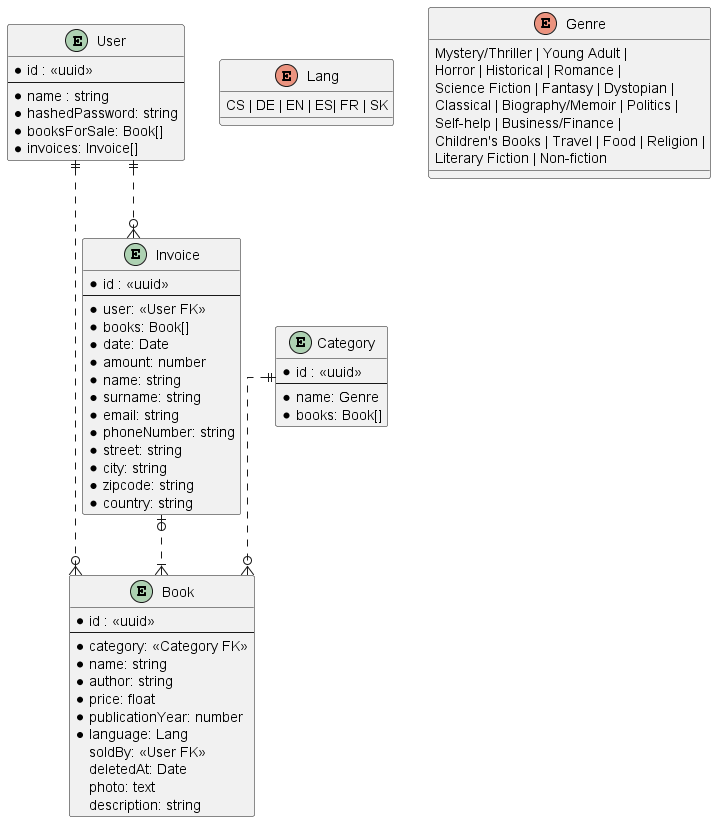
Before: backend/prisma/diagrams/book_market.png, a diagram exported from PlantUML (jzizka8/BookMarket).
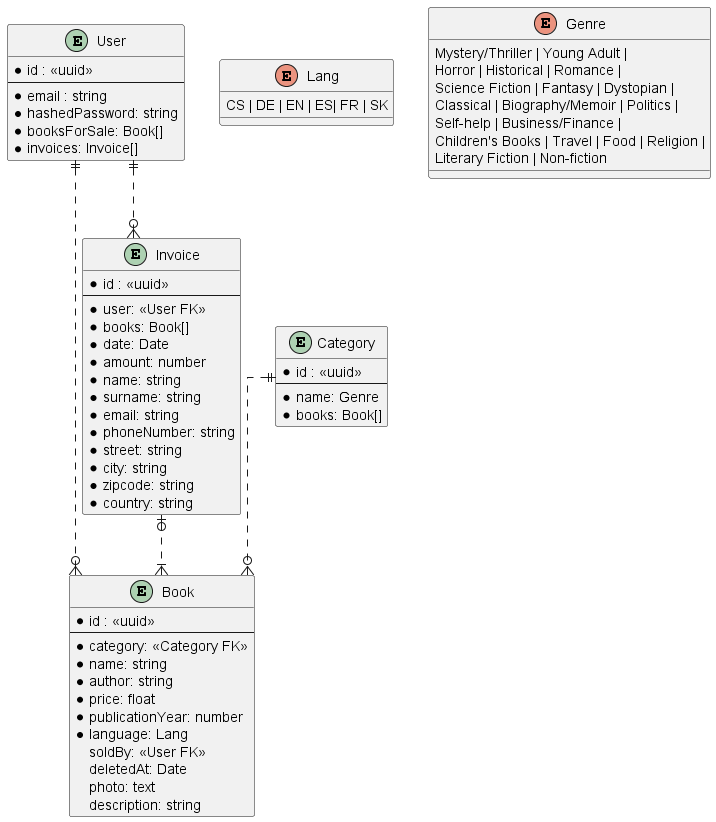
The same file after the commit.

Change to the diagram source:
```diff
@@ -5,7 +5,7 @@
 entity "User" {
   *id : <<uuid>>
   --
-  *name : string
+  *email : string
   *hashedPassword: string
   *booksForSale: Book[]
   *invoices: Invoice[]
```
